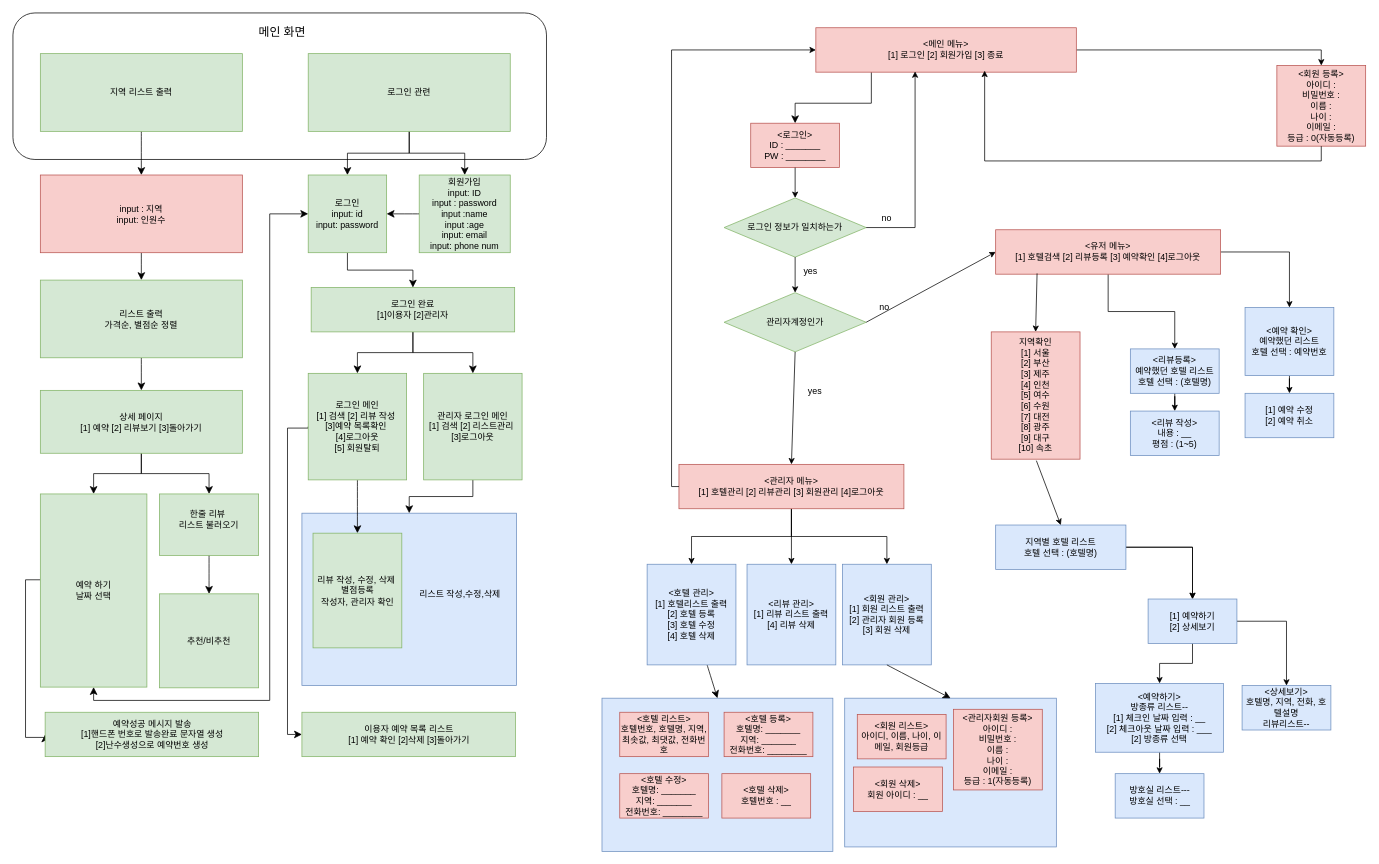
Above: 제목 없는 다이어그램.drawio in networkSorcerer/KDT_DB_PROJECT (draw.io), before the change. Source tidied: cells renumbered, new cells numbered last; positions are measured from the earlier drawing's top-left corner, leaving out a move shared by most shapes. Both pictures are drawn from the tidied source at 74%, with x=0, y=0 at pixel (13, 13).
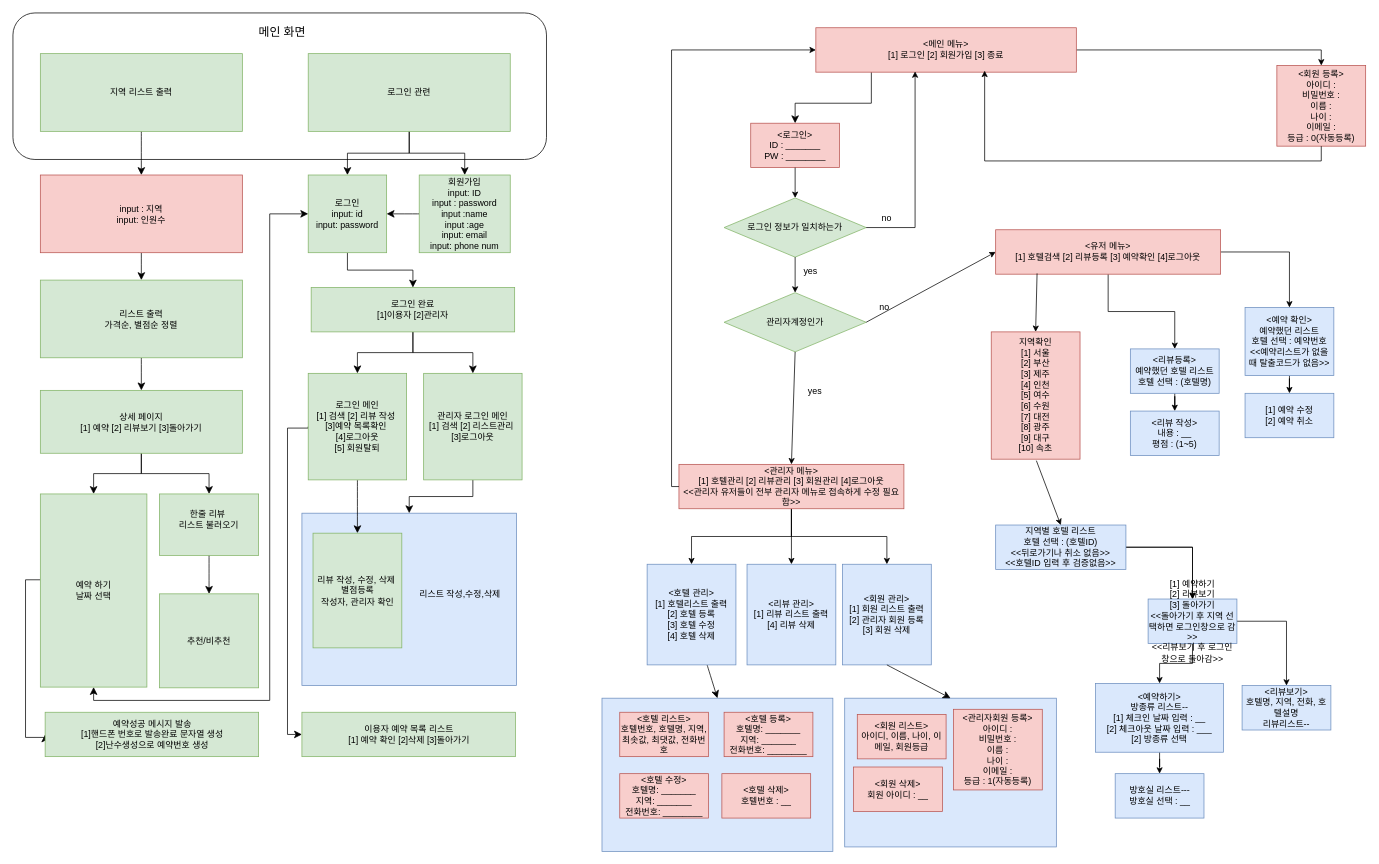
After the change.

Commit message:
제목 없는 다이어그램.drawio 업데이트

Change to the diagram source:
```diff
@@
-    <mxCell id="57" value="&lt;div&gt;&amp;lt;관리자 메뉴&amp;gt;&lt;/div&gt;[1] 호텔관리 [2] 리뷰관리 [3] 회원관리 [4]로그아웃" style="rounded=0;whiteSpace=wrap;html=1;fillColor=#f8cecc;strokeColor=#b85450;" parent="1" vertex="1">
+    <mxCell id="57" value="&lt;div&gt;&amp;lt;관리자 메뉴&amp;gt;&lt;/div&gt;[1] 호텔관리 [2] 리뷰관리 [3] 회원관리 [4]로그아웃&lt;div&gt;&amp;lt;&amp;lt;관리자 유저들이 전부 관리자 메뉴로 접속하게 수정 필요함&amp;gt;&amp;gt;&lt;/div&gt;" style="rounded=0;whiteSpace=wrap;html=1;fillColor=#f8cecc;strokeColor=#b85450;" parent="1" vertex="1">
       <mxGeometry x="900" y="610" width="304" height="60" as="geometry" />
     </mxCell>
@@
-    <mxCell id="68" value="지역별 호텔 리스트&lt;div&gt;호텔 선택 : (호텔명)&lt;/div&gt;" style="rounded=0;whiteSpace=wrap;html=1;fillColor=#dae8fc;strokeColor=#6c8ebf;" parent="1" vertex="1">
+    <mxCell id="68" value="지역별 호텔 리스트&lt;div&gt;호텔 선택 : (호텔ID)&lt;/div&gt;&lt;div&gt;&amp;lt;&amp;lt;뒤로가기나 취소 없음&amp;gt;&amp;gt;&lt;/div&gt;&lt;div&gt;&amp;lt;&amp;lt;호텔ID 입력 후 검증없음&amp;gt;&amp;gt;&lt;/div&gt;" style="rounded=0;whiteSpace=wrap;html=1;fillColor=#dae8fc;strokeColor=#6c8ebf;" parent="1" vertex="1">
       <mxGeometry x="1328" y="692" width="176" height="60" as="geometry" />
     </mxCell>
@@
-    <mxCell id="86" value="[1] 예약하기&lt;div&gt;[2] 상세보기&lt;/div&gt;" style="whiteSpace=wrap;html=1;fillColor=#dae8fc;strokeColor=#6c8ebf;rounded=0;" parent="1" vertex="1">
+    <mxCell id="86" value="[1] 예약하기&lt;div&gt;[2] 리뷰보기&lt;/div&gt;&lt;div&gt;[3] 돌아가기&lt;/div&gt;&lt;div&gt;&amp;lt;&amp;lt;돌아가기 후 지역 선택하면 로그인창으로 감&amp;gt;&amp;gt;&lt;/div&gt;&lt;div&gt;&amp;lt;&amp;lt;리뷰보기 후 로그인창으로 돌아감&amp;gt;&amp;gt;&lt;/div&gt;" style="whiteSpace=wrap;html=1;fillColor=#dae8fc;strokeColor=#6c8ebf;rounded=0;" parent="1" vertex="1">
       <mxGeometry x="1534" y="792" width="120" height="60" as="geometry" />
     </mxCell>
@@
-    <mxCell id="91" value="&amp;lt;예약 확인&amp;gt;&lt;div&gt;예약했던 리스트&lt;/div&gt;&lt;div&gt;호텔 선택 : 예약번호&lt;/div&gt;" style="rounded=0;whiteSpace=wrap;html=1;fillColor=#dae8fc;strokeColor=#6c8ebf;" parent="1" vertex="1">
+    <mxCell id="91" value="&amp;lt;예약 확인&amp;gt;&lt;div&gt;예약했던 리스트&lt;/div&gt;&lt;div&gt;호텔 선택 : 예약번호&lt;/div&gt;&lt;div&gt;&amp;lt;&amp;lt;예약리스트가 없을 때 탈출코드가 없음&amp;gt;&amp;gt;&lt;/div&gt;" style="rounded=0;whiteSpace=wrap;html=1;fillColor=#dae8fc;strokeColor=#6c8ebf;" parent="1" vertex="1">
       <mxGeometry x="1665" y="398" width="120" height="92" as="geometry" />
     </mxCell>
@@
-    <mxCell id="96" value="&amp;lt;상세보기&amp;gt;&lt;div&gt;호텔명, 지역, 전화, 호텔설명&lt;/div&gt;&lt;div&gt;리뷰리스트--&lt;/div&gt;" style="whiteSpace=wrap;html=1;fillColor=#dae8fc;strokeColor=#6c8ebf;rounded=0;" parent="1" vertex="1">
+    <mxCell id="96" value="&amp;lt;리뷰보기&amp;gt;&lt;div&gt;호텔명, 지역, 전화, 호텔설명&lt;/div&gt;&lt;div&gt;리뷰리스트--&lt;/div&gt;" style="whiteSpace=wrap;html=1;fillColor=#dae8fc;strokeColor=#6c8ebf;rounded=0;" parent="1" vertex="1">
       <mxGeometry x="1661" y="909" width="120" height="60" as="geometry" />
     </mxCell>
```
